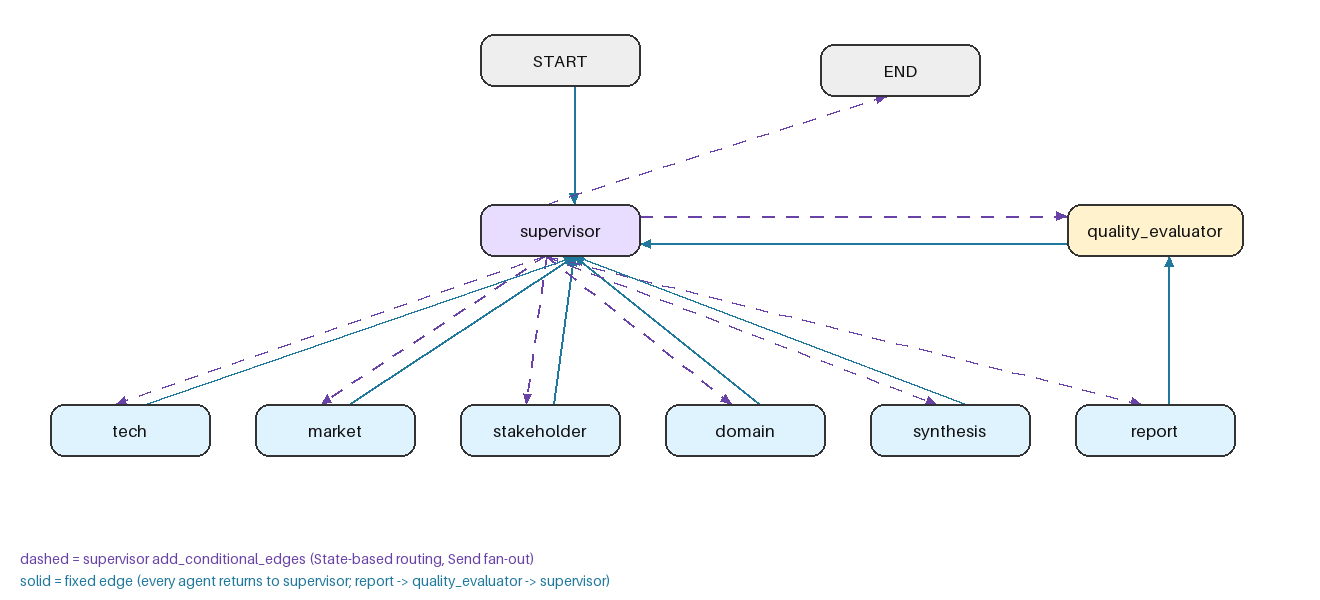
This is outputs/architecture.png from gyudren/kv-cache-optimization, a Mermaid export, as it was before one commit. Its source is kept beside it as outputs/architecture.mmd. The source it was exported from:
```mermaid
---
config:
  flowchart:
    curve: linear
---
graph TD;
	__start__([<p>__start__</p>]):::first
	supervisor(supervisor)
	tech(tech)
	market(market)
	stakeholder(stakeholder)
	domain(domain)
	synthesis(synthesis)
	report(report)
	quality_evaluator(quality_evaluator)
	__end__([<p>__end__</p>]):::last
	__start__ --> supervisor;
	domain --> supervisor;
	market --> supervisor;
	quality_evaluator --> supervisor;
	report --> quality_evaluator;
	stakeholder --> supervisor;
	supervisor -.-> __end__;
	supervisor -.-> domain;
	supervisor -.-> market;
	supervisor -.-> quality_evaluator;
	supervisor -.-> report;
	supervisor -.-> stakeholder;
	supervisor -.-> synthesis;
	supervisor -.-> tech;
	synthesis --> supervisor;
	tech --> supervisor;
	classDef default fill:#f2f0ff,line-height:1.2
	classDef first fill-opacity:0
	classDef last fill:#bfb6fc
```
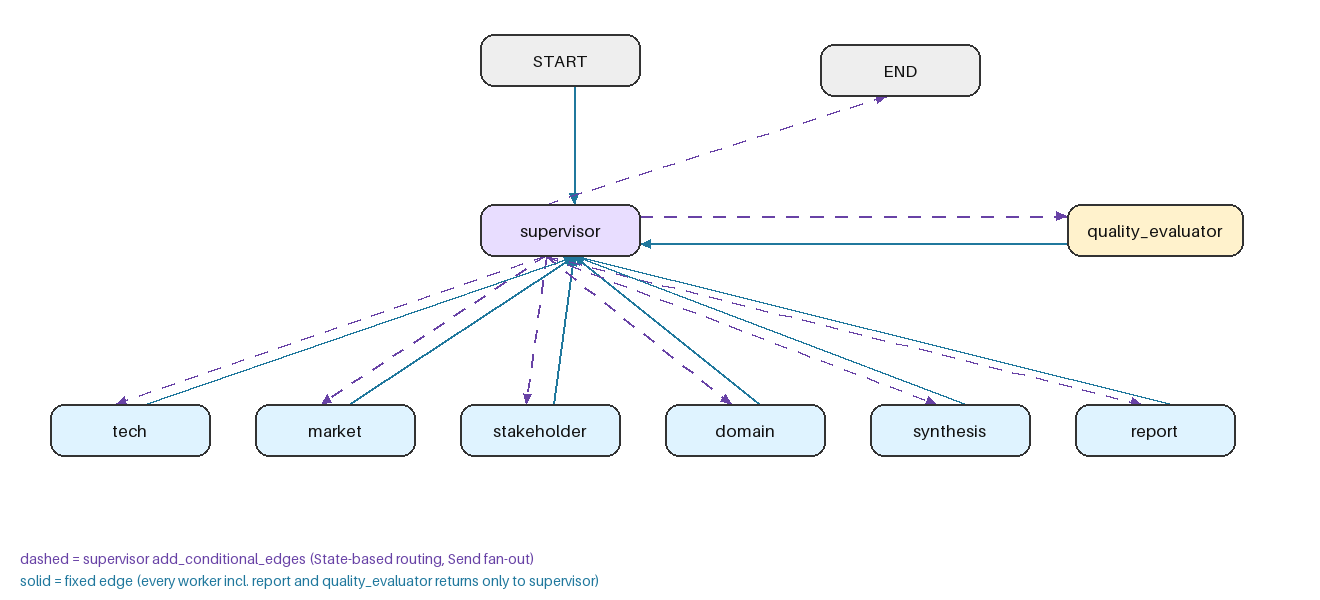
The same diagram one commit later.

Commit message:
fix(scripts): 그래프 이미지를 report → supervisor 구조로 재생성 (QA D-03)

Claude-Session: https://claude.ai/code/session_0198g4rirS3dnLnx4LeMHMKj

What changed in the source:
```diff
@@ -18,7 +18,7 @@
 	domain --> supervisor;
 	market --> supervisor;
 	quality_evaluator --> supervisor;
-	report --> quality_evaluator;
+	report --> supervisor;
 	stakeholder --> supervisor;
 	supervisor -.-> __end__;
 	supervisor -.-> domain;
```
